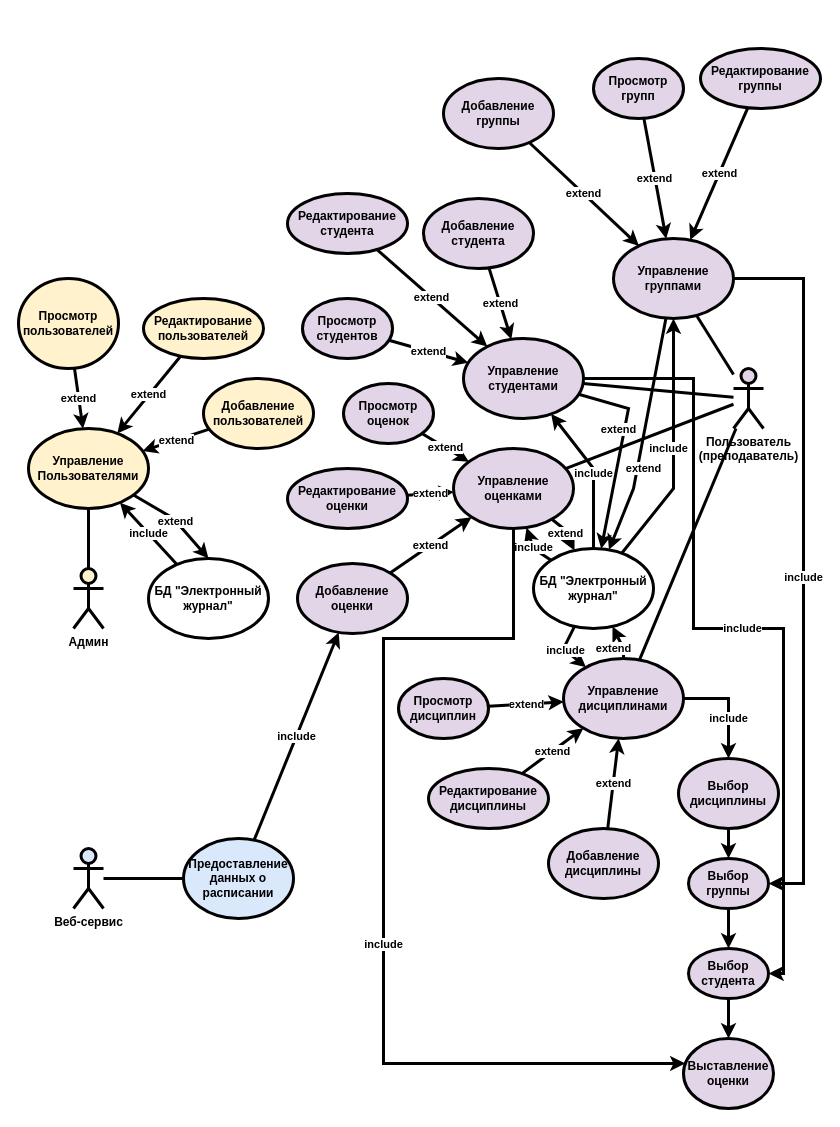
Earlier version of the draw.io diagram UseCase-Diagramm.drawio (PaulMatthewss/PP2). Source tidied: cells renumbered, new cells numbered last; positions are measured from the earlier drawing's top-left corner, leaving out a move shared by most shapes. Both pictures are drawn from the tidied source at 100%, with x=0, y=0 at pixel (18, 48).
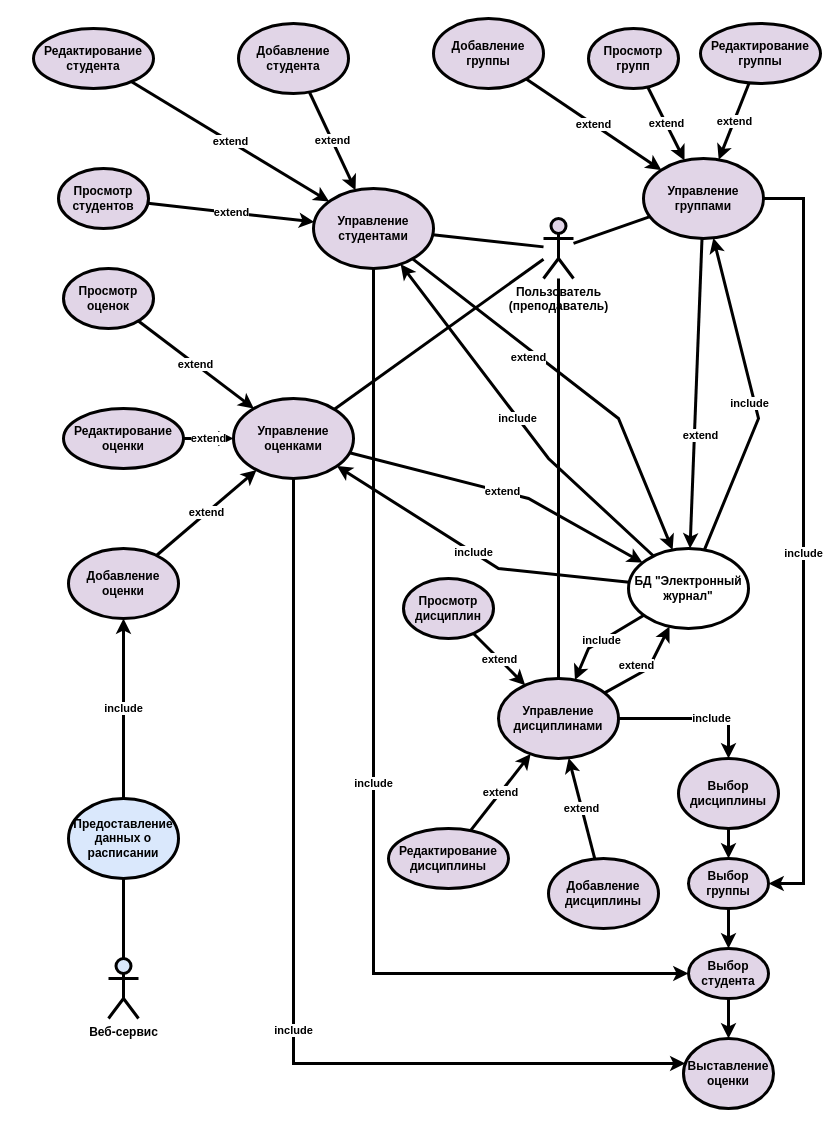
The same diagram, later.

Unchanged cells that the change refers to:
```xml
<mxCell id="36" value="Выбор дисциплины" style="ellipse;whiteSpace=wrap;html=1;labelBackgroundColor=none;fillColor=#e1d5e7;strokeColor=#000000;strokeWidth=3;fontStyle=1;" parent="1" vertex="1">
  <mxGeometry x="660" y="710" width="100" height="70" as="geometry" />
</mxCell>
<mxCell id="37" value="Выбор группы" style="ellipse;whiteSpace=wrap;html=1;labelBackgroundColor=none;fillColor=#e1d5e7;strokeColor=#000000;strokeWidth=3;fontStyle=1;" parent="1" vertex="1">
  <mxGeometry x="670" y="810" width="80" height="50" as="geometry" />
</mxCell>
<mxCell id="39" value="Выбор студента" style="ellipse;whiteSpace=wrap;html=1;labelBackgroundColor=none;fillColor=#e1d5e7;strokeColor=#000000;strokeWidth=3;fontStyle=1;" parent="1" vertex="1">
  <mxGeometry x="670" y="900" width="80" height="50" as="geometry" />
</mxCell>
<mxCell id="40" value="Выставление оценки" style="ellipse;whiteSpace=wrap;html=1;labelBackgroundColor=none;fillColor=#e1d5e7;strokeColor=#000000;strokeWidth=3;fontStyle=1;" parent="1" vertex="1">
  <mxGeometry x="665" y="990" width="90" height="70" as="geometry" />
</mxCell>
```

Change to the diagram source:
```diff
@@
-    <mxCell id="2" value="Админ" style="shape=umlActor;verticalLabelPosition=bottom;verticalAlign=top;html=1;outlineConnect=0;align=center;labelBackgroundColor=none;fillColor=#fff2cc;strokeColor=#000000;strokeWidth=3;fontStyle=1;" parent="1" vertex="1">
-      <mxGeometry x="55" y="520" width="30" height="60" as="geometry" />
-    </mxCell>
     <mxCell id="3" value="Пользователь&lt;br&gt;(преподаватель)" style="shape=umlActor;verticalLabelPosition=bottom;verticalAlign=top;html=1;outlineConnect=0;fillColor=#e1d5e7;strokeColor=#000000;strokeWidth=3;fontStyle=1;" parent="1" vertex="1">
-      <mxGeometry x="715" y="320" width="30" height="60" as="geometry" />
+      <mxGeometry x="525" y="170" width="30" height="60" as="geometry" />
     </mxCell>
     <mxCell id="4" value="Управление дисциплинами" style="ellipse;whiteSpace=wrap;html=1;fillColor=#e1d5e7;strokeColor=#000000;strokeWidth=3;fontStyle=1;" parent="1" vertex="1">
-      <mxGeometry x="545" y="610" width="120" height="80" as="geometry" />
+      <mxGeometry x="480" y="630" width="120" height="80" as="geometry" />
     </mxCell>
     <mxCell id="5" value="Управление группами" style="ellipse;whiteSpace=wrap;html=1;fillColor=#e1d5e7;strokeColor=#000000;strokeWidth=3;fontStyle=1;" parent="1" vertex="1">
-      <mxGeometry x="595" y="190" width="120" height="80" as="geometry" />
+      <mxGeometry x="625" y="110" width="120" height="80" as="geometry" />
     </mxCell>
     <mxCell id="6" value="Управление студентами" style="ellipse;whiteSpace=wrap;html=1;fillColor=#e1d5e7;strokeColor=#000000;strokeWidth=3;fontStyle=1;" parent="1" vertex="1">
-      <mxGeometry x="445" y="290" width="120" height="80" as="geometry" />
+      <mxGeometry x="295" y="140" width="120" height="80" as="geometry" />
     </mxCell>
     <mxCell id="7" value="Управление оценками" style="ellipse;whiteSpace=wrap;html=1;fillColor=#e1d5e7;strokeColor=#000000;strokeWidth=3;fontStyle=1;" parent="1" vertex="1">
-      <mxGeometry x="435" y="400" width="120" height="80" as="geometry" />
+      <mxGeometry x="215" y="350" width="120" height="80" as="geometry" />
     </mxCell>
@@
     <mxCell id="12" value="Добавление&lt;br&gt;дисциплины" style="ellipse;whiteSpace=wrap;html=1;fillColor=#e1d5e7;strokeColor=#000000;strokeWidth=3;fontStyle=1;" parent="1" vertex="1">
-      <mxGeometry x="530" y="780" width="110" height="70" as="geometry" />
+      <mxGeometry x="530" y="810" width="110" height="70" as="geometry" />
     </mxCell>
     <mxCell id="13" value="Редактирование&lt;br&gt;дисциплины" style="ellipse;whiteSpace=wrap;html=1;fillColor=#e1d5e7;strokeColor=#000000;strokeWidth=3;fontStyle=1;" parent="1" vertex="1">
-      <mxGeometry x="410" y="720" width="120" height="60" as="geometry" />
+      <mxGeometry x="370" y="780" width="120" height="60" as="geometry" />
     </mxCell>
     <mxCell id="14" value="Просмотр&lt;br&gt;дисциплин" style="ellipse;whiteSpace=wrap;html=1;fillColor=#e1d5e7;strokeColor=#000000;strokeWidth=3;fontStyle=1;" parent="1" vertex="1">
-      <mxGeometry x="380" y="630" width="90" height="60" as="geometry" />
+      <mxGeometry x="385" y="530" width="90" height="60" as="geometry" />
     </mxCell>
     <mxCell id="15" value="Добавление оценки" style="ellipse;whiteSpace=wrap;html=1;fillColor=#e1d5e7;strokeColor=#000000;strokeWidth=3;fontStyle=1;" parent="1" vertex="1">
-      <mxGeometry x="279" y="515" width="110" height="70" as="geometry" />
+      <mxGeometry x="50" y="500" width="110" height="70" as="geometry" />
     </mxCell>
     <mxCell id="16" value="Редактирование оценки" style="ellipse;whiteSpace=wrap;html=1;fillColor=#e1d5e7;strokeColor=#000000;strokeWidth=3;fontStyle=1;" parent="1" vertex="1">
-      <mxGeometry x="269" y="420" width="120" height="60" as="geometry" />
+      <mxGeometry x="45" y="360" width="120" height="60" as="geometry" />
     </mxCell>
     <mxCell id="17" value="Просмотр оценок" style="ellipse;whiteSpace=wrap;html=1;fillColor=#e1d5e7;strokeColor=#000000;strokeWidth=3;fontStyle=1;" parent="1" vertex="1">
-      <mxGeometry x="325" y="335" width="90" height="60" as="geometry" />
+      <mxGeometry x="45" y="220" width="90" height="60" as="geometry" />
     </mxCell>
     <mxCell id="18" value="Добавление студента" style="ellipse;whiteSpace=wrap;html=1;fillColor=#e1d5e7;strokeColor=#000000;strokeWidth=3;fontStyle=1;" parent="1" vertex="1">
-      <mxGeometry x="405" y="150" width="110" height="70" as="geometry" />
+      <mxGeometry x="220" y="-25" width="110" height="70" as="geometry" />
     </mxCell>
     <mxCell id="19" value="Редактирование студента" style="ellipse;whiteSpace=wrap;html=1;fillColor=#e1d5e7;strokeColor=#000000;strokeWidth=3;fontStyle=1;" parent="1" vertex="1">
-      <mxGeometry x="269" y="145" width="120" height="60" as="geometry" />
+      <mxGeometry x="15" y="-20" width="120" height="60" as="geometry" />
     </mxCell>
     <mxCell id="20" value="Просмотр студентов" style="ellipse;whiteSpace=wrap;html=1;fillColor=#e1d5e7;strokeColor=#000000;strokeWidth=3;fontStyle=1;" parent="1" vertex="1">
-      <mxGeometry x="284" y="250" width="90" height="60" as="geometry" />
+      <mxGeometry x="40" y="120" width="90" height="60" as="geometry" />
     </mxCell>
     <mxCell id="21" value="Добавление группы" style="ellipse;whiteSpace=wrap;html=1;fillColor=#e1d5e7;strokeColor=#000000;strokeWidth=3;fontStyle=1;" parent="1" vertex="1">
-      <mxGeometry x="425" y="30" width="110" height="70" as="geometry" />
+      <mxGeometry x="415" y="-30" width="110" height="70" as="geometry" />
     </mxCell>
     <mxCell id="22" value="Редактирование группы" style="ellipse;whiteSpace=wrap;html=1;fillColor=#e1d5e7;strokeColor=#000000;strokeWidth=3;fontStyle=1;" parent="1" vertex="1">
-      <mxGeometry x="682" width="120" height="60" as="geometry" />
+      <mxGeometry x="682" y="-25" width="120" height="60" as="geometry" />
     </mxCell>
     <mxCell id="23" value="Просмотр групп" style="ellipse;whiteSpace=wrap;html=1;fillColor=#e1d5e7;strokeColor=#000000;strokeWidth=3;fontStyle=1;" parent="1" vertex="1">
-      <mxGeometry x="575" y="10" width="90" height="60" as="geometry" />
+      <mxGeometry x="570" y="-20" width="90" height="60" as="geometry" />
     </mxCell>
@@
-    <mxCell id="43" value="Управление Пользователями" style="ellipse;whiteSpace=wrap;html=1;fillColor=#fff2cc;strokeColor=#000000;strokeWidth=3;fontStyle=1;" parent="1" vertex="1">
-      <mxGeometry x="10" y="380" width="120" height="80" as="geometry" />
-    </mxCell>
-    <mxCell id="44" value="Добавление пользователей" style="ellipse;whiteSpace=wrap;html=1;fillColor=#fff2cc;strokeColor=#000000;strokeWidth=3;fontStyle=1;" parent="1" vertex="1">
-      <mxGeometry x="185" y="330" width="110" height="70" as="geometry" />
-    </mxCell>
-    <mxCell id="45" value="Редактирование пользователей" style="ellipse;whiteSpace=wrap;html=1;fillColor=#fff2cc;strokeColor=#000000;strokeWidth=3;fontStyle=1;" parent="1" vertex="1">
-      <mxGeometry x="125" y="250" width="120" height="60" as="geometry" />
-    </mxCell>
-    <mxCell id="46" value="Просмотр пользователей" style="ellipse;whiteSpace=wrap;html=1;fillColor=#fff2cc;strokeColor=#000000;strokeWidth=3;fontStyle=1;" parent="1" vertex="1">
-      <mxGeometry y="230" width="100" height="90" as="geometry" />
-    </mxCell>
-    <mxCell id="47" value="extend" style="endArrow=classic;html=1;rounded=0;fillColor=#fff2cc;strokeColor=#000000;strokeWidth=3;fontStyle=1;" parent="1" edge="1" source="46" target="43">
-      <mxGeometry relative="1" as="geometry" />
-    </mxCell>
-    <mxCell id="48" value="extend" style="endArrow=classic;html=1;rounded=0;fillColor=#fff2cc;strokeColor=#000000;strokeWidth=3;fontStyle=1;" parent="1" edge="1" source="45" target="43">
-      <mxGeometry relative="1" as="geometry" />
-    </mxCell>
-    <mxCell id="49" value="extend" style="endArrow=classic;html=1;rounded=0;fillColor=#fff2cc;strokeColor=#000000;strokeWidth=3;fontStyle=1;" parent="1" edge="1" source="44" target="43">
-      <mxGeometry relative="1" as="geometry" />
-    </mxCell>
     <mxCell id="50" value="Веб-сервис" style="shape=umlActor;verticalLabelPosition=bottom;verticalAlign=top;html=1;outlineConnect=0;fillColor=#dae8fc;strokeColor=#000000;strokeWidth=3;fontStyle=1;" parent="1" vertex="1">
-      <mxGeometry x="55" y="800" width="30" height="60" as="geometry" />
+      <mxGeometry x="90" y="910" width="30" height="60" as="geometry" />
     </mxCell>
     <mxCell id="51" value="Предоставление данных о расписании" style="ellipse;whiteSpace=wrap;html=1;fillColor=#dae8fc;strokeColor=#000000;strokeWidth=3;fontStyle=1;" parent="1" vertex="1">
-      <mxGeometry x="165" y="790" width="110" height="80" as="geometry" />
+      <mxGeometry x="50" y="750" width="110" height="80" as="geometry" />
     </mxCell>
-    <mxCell id="52" style="endArrow=none;html=1;rounded=0;fillColor=#fff2cc;strokeColor=#000000;strokeWidth=3;fontStyle=1;" parent="1" edge="1" source="2" target="43">
-      <mxGeometry relative="1" as="geometry" />
-    </mxCell>
@@
-    <mxCell id="55" value="БД &quot;Электронный журнал&quot;" style="ellipse;whiteSpace=wrap;html=1;strokeWidth=3;strokeColor=#000000;fontStyle=1;" parent="1" vertex="1">
-      <mxGeometry x="130" y="510" width="120" height="80" as="geometry" />
-    </mxCell>
-    <mxCell id="56" value="include" style="endArrow=classic;html=1;rounded=0;strokeWidth=3;strokeColor=#000000;fontStyle=1;" parent="1" edge="1" source="55" target="43">
-      <mxGeometry relative="1" as="geometry" />
-    </mxCell>
-    <mxCell id="57" value="extend" style="endArrow=classic;html=1;rounded=0;entryX=0.5;entryY=0;entryDx=0;entryDy=0;strokeWidth=3;strokeColor=#000000;fontStyle=1;" parent="1" edge="1" source="43" target="55">
-      <mxGeometry relative="1" as="geometry">
-        <Array as="points">
-          <mxPoint x="155" y="470" />
-        </Array>
-      </mxGeometry>
-    </mxCell>
     <mxCell id="58" value="БД &quot;Электронный журнал&quot;" style="ellipse;whiteSpace=wrap;html=1;strokeWidth=3;strokeColor=#000000;fontStyle=1;" parent="1" vertex="1">
-      <mxGeometry x="515" y="500" width="120" height="80" as="geometry" />
+      <mxGeometry x="610" y="500" width="120" height="80" as="geometry" />
     </mxCell>
     <mxCell id="59" value="include" style="endArrow=classic;html=1;rounded=0;strokeWidth=3;strokeColor=#000000;fontStyle=1;" parent="1" edge="1" source="58" target="4">
       <mxGeometry relative="1" as="geometry">
         <Array as="points">
-          <mxPoint x="545" y="600" />
+          <mxPoint x="570" y="600" />
         </Array>
       </mxGeometry>
     </mxCell>
     <mxCell id="60" value="include" style="endArrow=classic;html=1;rounded=0;strokeWidth=3;strokeColor=#000000;fontStyle=1;" parent="1" edge="1" source="58" target="7">
       <mxGeometry relative="1" as="geometry">
         <Array as="points">
-          <mxPoint x="515" y="500" />
+          <mxPoint x="480" y="520" />
         </Array>
       </mxGeometry>
     </mxCell>
     <mxCell id="61" value="include" style="endArrow=classic;html=1;rounded=0;strokeWidth=3;strokeColor=#000000;fontStyle=1;" parent="1" edge="1" source="58" target="6">
       <mxGeometry relative="1" as="geometry">
         <Array as="points">
-          <mxPoint x="575" y="420" />
+          <mxPoint x="530" y="410" />
         </Array>
       </mxGeometry>
     </mxCell>
     <mxCell id="62" value="include" style="endArrow=classic;html=1;rounded=0;strokeWidth=3;strokeColor=#000000;fontStyle=1;" parent="1" edge="1" source="58" target="5">
       <mxGeometry x="-0.03" y="5" relative="1" as="geometry">
         <Array as="points">
-          <mxPoint x="655" y="440" />
+          <mxPoint x="740" y="370" />
         </Array>
       </mxGeometry>
     </mxCell>
     <mxCell id="63" value="extend" style="endArrow=classic;html=1;rounded=0;strokeWidth=3;strokeColor=#000000;fontStyle=1;" parent="1" edge="1" source="7" target="58">
       <mxGeometry relative="1" as="geometry">
         <Array as="points">
-          <mxPoint x="545" y="480" />
+          <mxPoint x="510" y="450" />
         </Array>
       </mxGeometry>
     </mxCell>
     <mxCell id="64" value="extend" style="endArrow=classic;html=1;rounded=0;strokeWidth=3;strokeColor=#000000;fontStyle=1;" parent="1" edge="1" source="6" target="58">
       <mxGeometry x="-0.25" y="-6" relative="1" as="geometry">
         <Array as="points">
-          <mxPoint x="610" y="360" />
+          <mxPoint x="600" y="370" />
         </Array>
         <mxPoint y="1" as="offset" />
       </mxGeometry>
     </mxCell>
     <mxCell id="65" value="extend" style="endArrow=classic;html=1;rounded=0;strokeWidth=3;strokeColor=#000000;fontStyle=1;" parent="1" edge="1" source="5" target="58">
-      <mxGeometry x="0.27" y="6" relative="1" as="geometry">
-        <Array as="points">
-          <mxPoint x="615" y="440" />
-        </Array>
-      </mxGeometry>
+      <mxGeometry x="0.27" y="6" relative="1" as="geometry" />
     </mxCell>
     <mxCell id="66" value="extend" style="endArrow=classic;html=1;rounded=0;strokeWidth=3;strokeColor=#000000;fontStyle=1;" parent="1" edge="1" source="4" target="58">
       <mxGeometry x="-0.16" y="9" relative="1" as="geometry">
         <Array as="points">
-          <mxPoint x="605" y="600" />
+          <mxPoint x="630" y="620" />
         </Array>
       </mxGeometry>
     </mxCell>
     <mxCell id="67" value="include" style="edgeStyle=orthogonalEdgeStyle;rounded=0;jettySize=auto;html=1;fillColor=#e1d5e7;strokeColor=#000000;strokeWidth=3;fontStyle=1;" parent="1" edge="1" source="4" target="36">
       <mxGeometry x="0.24" relative="1" as="geometry">
         <Array as="points">
-          <mxPoint x="710" y="650" />
+          <mxPoint x="710" y="670" />
         </Array>
       </mxGeometry>
     </mxCell>
     <mxCell id="68" value="include" style="edgeStyle=orthogonalEdgeStyle;rounded=0;jettySize=auto;html=1;fillColor=#e1d5e7;strokeColor=#000000;strokeWidth=3;fontStyle=1;" parent="1" edge="1" source="5" target="37">
       <mxGeometry x="0.04" relative="1" as="geometry">
         <Array as="points">
-          <mxPoint x="785" y="230" />
+          <mxPoint x="785" y="150" />
           <mxPoint x="785" y="835" />
         </Array>
       </mxGeometry>
     </mxCell>
     <mxCell id="69" value="include" style="edgeStyle=orthogonalEdgeStyle;rounded=0;jettySize=auto;html=1;fillColor=#e1d5e7;strokeColor=#000000;strokeWidth=3;fontStyle=1;" parent="1" edge="1" source="6" target="39">
       <mxGeometry x="0.01" relative="1" as="geometry">
         <Array as="points">
-          <mxPoint x="675" y="330" />
-          <mxPoint x="675" y="580" />
-          <mxPoint x="765" y="580" />
-          <mxPoint x="765" y="925" />
+          <mxPoint x="355" y="925" />
         </Array>
       </mxGeometry>
     </mxCell>
     <mxCell id="70" value="include" style="edgeStyle=orthogonalEdgeStyle;rounded=0;jettySize=auto;html=1;fillColor=#e1d5e7;strokeColor=#000000;strokeWidth=3;fontStyle=1;" parent="1" edge="1" source="7" target="40">
       <mxGeometry x="0.13" relative="1" as="geometry">
         <Array as="points">
-          <mxPoint x="495" y="590" />
-          <mxPoint x="365" y="590" />
-          <mxPoint x="365" y="1015" />
+          <mxPoint x="275" y="1015" />
         </Array>
       </mxGeometry>
     </mxCell>
```
